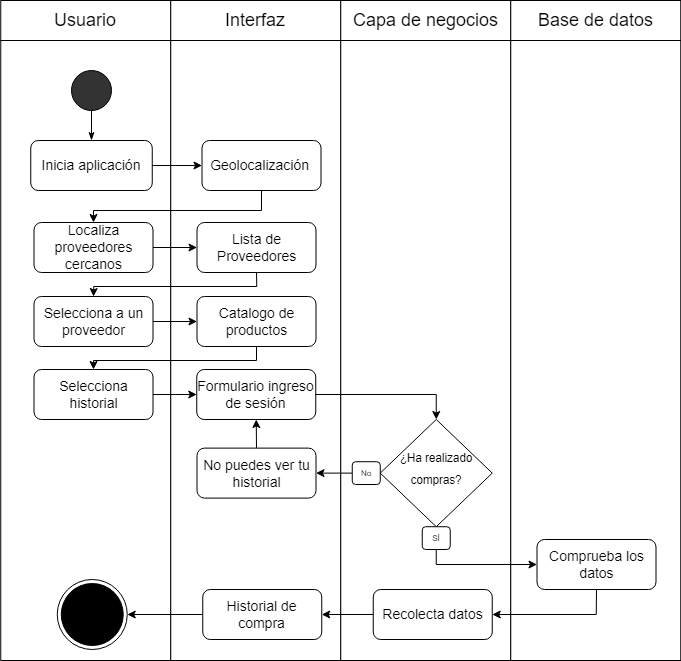
This is Fase 1/Evidencias Grupales/Diagramas/3) Diagrama de Actividad/14)Act_Historial_Compra.drawio.png from SoyElMato1/Grupo4-GreenMarket, a draw.io export, as it was before one commit. Source tidied: cells renumbered, new cells last; positions are measured from the earlier drawing's top-left corner, leaving out a move shared by most shapes. Its diagram source:
```xml
<mxGraphModel>
  <root>
    <mxCell id="0" />
    <mxCell id="1" parent="0" />
    <mxCell id="2" style="group;" parent="1" vertex="1">
      <mxGeometry x="0.2" width="680" height="40" as="geometry" />
    </mxCell>
    <mxCell id="3" style="group;" parent="2" vertex="1">
      <mxGeometry width="170" height="40" as="geometry" />
    </mxCell>
    <mxCell id="4" style="rounded=0;whiteSpace=wrap;html=1;fontSize=14;fillColor=#FFFFFF;" parent="3" vertex="1">
      <mxGeometry width="170" height="40" as="geometry" />
    </mxCell>
    <mxCell id="5" value="&lt;font style=&quot;font-size: 18px;&quot;&gt;Usuario&lt;/font&gt;" style="text;html=1;strokeColor=none;fillColor=none;align=center;verticalAlign=middle;whiteSpace=wrap;rounded=0;" parent="3" vertex="1">
      <mxGeometry x="55" y="5" width="60" height="30" as="geometry" />
    </mxCell>
    <mxCell id="6" style="group;" parent="2" vertex="1">
      <mxGeometry x="170" width="170" height="40" as="geometry" />
    </mxCell>
    <mxCell id="7" style="rounded=0;whiteSpace=wrap;html=1;fontSize=14;fillColor=#FFFFFF;" parent="6" vertex="1">
      <mxGeometry width="170" height="40" as="geometry" />
    </mxCell>
    <mxCell id="8" value="&lt;span style=&quot;font-size: 18px;&quot;&gt;Interfaz&lt;/span&gt;" style="text;html=1;strokeColor=none;fillColor=none;align=center;verticalAlign=middle;whiteSpace=wrap;rounded=0;" parent="6" vertex="1">
      <mxGeometry x="55" y="5" width="60" height="30" as="geometry" />
    </mxCell>
    <mxCell id="9" style="group;" parent="2" vertex="1">
      <mxGeometry x="340" width="170" height="40" as="geometry" />
    </mxCell>
    <mxCell id="10" style="rounded=0;whiteSpace=wrap;html=1;fontSize=14;fillColor=#FFFFFF;" parent="9" vertex="1">
      <mxGeometry width="170" height="40" as="geometry" />
    </mxCell>
    <mxCell id="11" value="&lt;span style=&quot;font-size: 18px;&quot;&gt;Capa de negocios&lt;/span&gt;" style="text;html=1;strokeColor=none;fillColor=none;align=center;verticalAlign=middle;whiteSpace=wrap;rounded=0;" parent="9" vertex="1">
      <mxGeometry x="7.5" y="5" width="155" height="30" as="geometry" />
    </mxCell>
    <mxCell id="12" style="group;" parent="2" vertex="1">
      <mxGeometry x="510" width="170" height="40" as="geometry" />
    </mxCell>
    <mxCell id="13" style="rounded=0;whiteSpace=wrap;html=1;fontSize=14;fillColor=#FFFFFF;" parent="12" vertex="1">
      <mxGeometry width="170" height="40" as="geometry" />
    </mxCell>
    <mxCell id="14" value="&lt;span style=&quot;font-size: 18px;&quot;&gt;Base de datos&lt;/span&gt;" style="text;html=1;strokeColor=none;fillColor=none;align=center;verticalAlign=middle;whiteSpace=wrap;rounded=0;" parent="12" vertex="1">
      <mxGeometry x="7.5" y="5" width="155" height="30" as="geometry" />
    </mxCell>
    <mxCell id="15" style="rounded=0;whiteSpace=wrap;html=1;" parent="1" vertex="1">
      <mxGeometry x="0.2" y="40" width="170" height="620" as="geometry" />
    </mxCell>
    <mxCell id="16" style="rounded=0;whiteSpace=wrap;html=1;" parent="1" vertex="1">
      <mxGeometry x="170.2" y="40" width="170" height="620" as="geometry" />
    </mxCell>
    <mxCell id="17" style="rounded=0;whiteSpace=wrap;html=1;" parent="1" vertex="1">
      <mxGeometry x="340.2" y="40" width="170" height="620" as="geometry" />
    </mxCell>
    <mxCell id="18" style="rounded=0;whiteSpace=wrap;html=1;" parent="1" vertex="1">
      <mxGeometry x="510.2" y="40" width="170" height="620" as="geometry" />
    </mxCell>
    <mxCell id="19" style="ellipse;whiteSpace=wrap;html=1;fontSize=18;fillColor=#333333;" parent="1" vertex="1">
      <mxGeometry x="71" y="70" width="40" height="40" as="geometry" />
    </mxCell>
    <mxCell id="20" value="Inicia aplicación" style="rounded=1;whiteSpace=wrap;html=1;fontSize=14;" parent="1" vertex="1">
      <mxGeometry x="30.2" y="140" width="121.5" height="50" as="geometry" />
    </mxCell>
    <mxCell id="21" style="endArrow=none;html=1;rounded=0;fontSize=18;entryX=0.5;entryY=1;entryDx=0;entryDy=0;exitX=0.5;exitY=0;exitDx=0;exitDy=0;startArrow=classicThin;startFill=1;" parent="1" edge="1" source="20" target="19">
      <mxGeometry relative="1" as="geometry" />
    </mxCell>
    <mxCell id="22" value="Geolocalización&amp;nbsp;" style="rounded=1;whiteSpace=wrap;html=1;fontSize=14;" parent="1" vertex="1">
      <mxGeometry x="201.5" y="140" width="119" height="50" as="geometry" />
    </mxCell>
    <mxCell id="23" style="endArrow=classic;html=1;rounded=0;exitX=1;exitY=0.5;exitDx=0;exitDy=0;entryX=0;entryY=0.5;entryDx=0;entryDy=0;" parent="1" edge="1" source="20" target="22">
      <mxGeometry relative="1" as="geometry" />
    </mxCell>
    <mxCell id="24" value="Selecciona historial" style="rounded=1;whiteSpace=wrap;html=1;fontSize=14;" parent="1" vertex="1">
      <mxGeometry x="33.5" y="369" width="119" height="50" as="geometry" />
    </mxCell>
    <mxCell id="25" style="endArrow=classic;html=1;rounded=0;entryX=0.5;entryY=0;entryDx=0;entryDy=0;exitX=0.5;exitY=1;exitDx=0;exitDy=0;" parent="1" edge="1" source="22" target="44">
      <mxGeometry relative="1" as="geometry">
        <Array as="points">
          <mxPoint x="261" y="210" />
          <mxPoint x="93" y="210" />
        </Array>
      </mxGeometry>
    </mxCell>
    <mxCell id="26" style="endArrow=classic;html=1;rounded=0;exitX=1;exitY=0.5;exitDx=0;exitDy=0;entryX=0;entryY=0.5;entryDx=0;entryDy=0;" parent="1" edge="1" source="24" target="29">
      <mxGeometry relative="1" as="geometry" />
    </mxCell>
    <mxCell id="27" value="Comprueba los datos" style="rounded=1;whiteSpace=wrap;html=1;fontSize=14;" parent="1" vertex="1">
      <mxGeometry x="536.5" y="539" width="119" height="50" as="geometry" />
    </mxCell>
    <mxCell id="28" style="ellipse;html=1;shape=endState;fillColor=#000000;strokeColor=#000000;" parent="1" vertex="1">
      <mxGeometry x="56.8" y="579" width="70" height="70" as="geometry" />
    </mxCell>
    <mxCell id="29" value="Formulario ingreso de sesión" style="rounded=1;whiteSpace=wrap;html=1;fontSize=14;" parent="1" vertex="1">
      <mxGeometry x="196.2" y="369" width="119" height="50" as="geometry" />
    </mxCell>
    <mxCell id="30" style="group;" parent="1" vertex="1">
      <mxGeometry x="351.8" y="419" width="140" height="130" as="geometry" />
    </mxCell>
    <mxCell id="31" value="&lt;font style=&quot;line-height: 0; font-size: 14px;&quot;&gt;&lt;sup style=&quot;&quot;&gt;¿Ha realizado compras?&lt;/sup&gt;&lt;/font&gt;" style="rhombus;whiteSpace=wrap;html=1;fontSize=18;fillColor=#FFFFFF;align=center;" parent="30" vertex="1">
      <mxGeometry x="28" width="112" height="107.2" as="geometry" />
    </mxCell>
    <mxCell id="32" value="No" style="rounded=1;whiteSpace=wrap;html=1;fontSize=8;fillColor=#FFFFFF;" parent="30" vertex="1">
      <mxGeometry y="42.2" width="28" height="22.8" as="geometry" />
    </mxCell>
    <mxCell id="33" value="SÍ" style="rounded=1;whiteSpace=wrap;html=1;fontSize=8;fillColor=#FFFFFF;" parent="30" vertex="1">
      <mxGeometry x="70" y="107.2" width="28" height="22.8" as="geometry" />
    </mxCell>
    <mxCell id="34" style="endArrow=classic;html=1;rounded=0;exitX=1;exitY=0.5;exitDx=0;exitDy=0;entryX=0.5;entryY=0;entryDx=0;entryDy=0;" parent="1" edge="1" source="29" target="31">
      <mxGeometry relative="1" as="geometry">
        <Array as="points">
          <mxPoint x="435.8" y="394" />
        </Array>
      </mxGeometry>
    </mxCell>
    <mxCell id="35" style="endArrow=classic;html=1;rounded=0;exitX=0.5;exitY=1;exitDx=0;exitDy=0;entryX=0;entryY=0.5;entryDx=0;entryDy=0;" parent="1" edge="1" source="33" target="27">
      <mxGeometry relative="1" as="geometry">
        <Array as="points">
          <mxPoint x="435.8" y="564" />
        </Array>
      </mxGeometry>
    </mxCell>
    <mxCell id="36" value="No puedes ver tu historial" style="rounded=1;whiteSpace=wrap;html=1;fontSize=14;" parent="1" vertex="1">
      <mxGeometry x="196.5" y="447.6" width="119" height="50" as="geometry" />
    </mxCell>
    <mxCell id="37" style="endArrow=classic;html=1;rounded=0;entryX=1;entryY=0.5;entryDx=0;entryDy=0;exitX=0;exitY=0.5;exitDx=0;exitDy=0;" parent="1" edge="1" source="32" target="36">
      <mxGeometry relative="1" as="geometry" />
    </mxCell>
    <mxCell id="38" style="endArrow=classic;html=1;rounded=0;entryX=0.5;entryY=1;entryDx=0;entryDy=0;exitX=0.5;exitY=0;exitDx=0;exitDy=0;" parent="1" edge="1" source="36" target="29">
      <mxGeometry relative="1" as="geometry" />
    </mxCell>
    <mxCell id="39" value="Recolecta datos" style="rounded=1;whiteSpace=wrap;html=1;fontSize=14;" parent="1" vertex="1">
      <mxGeometry x="372.8" y="589" width="119" height="50" as="geometry" />
    </mxCell>
    <mxCell id="40" value="Historial de compra" style="rounded=1;whiteSpace=wrap;html=1;fontSize=14;" parent="1" vertex="1">
      <mxGeometry x="202.2" y="589" width="119" height="50" as="geometry" />
    </mxCell>
    <mxCell id="41" style="endArrow=classic;html=1;rounded=0;exitX=0.5;exitY=1;exitDx=0;exitDy=0;entryX=1;entryY=0.5;entryDx=0;entryDy=0;" parent="1" edge="1" source="27" target="39">
      <mxGeometry relative="1" as="geometry">
        <Array as="points">
          <mxPoint x="595.8" y="614" />
        </Array>
      </mxGeometry>
    </mxCell>
    <mxCell id="42" style="endArrow=classic;html=1;rounded=0;entryX=1;entryY=0.5;entryDx=0;entryDy=0;exitX=0;exitY=0.5;exitDx=0;exitDy=0;" parent="1" edge="1" source="39" target="40">
      <mxGeometry relative="1" as="geometry" />
    </mxCell>
    <mxCell id="43" style="endArrow=classic;html=1;rounded=0;entryX=1;entryY=0.5;entryDx=0;entryDy=0;exitX=0;exitY=0.5;exitDx=0;exitDy=0;" parent="1" edge="1" source="40" target="28">
      <mxGeometry relative="1" as="geometry" />
    </mxCell>
    <mxCell id="44" value="Localiza proveedores cercanos" style="rounded=1;whiteSpace=wrap;html=1;fontSize=14;" parent="1" vertex="1">
      <mxGeometry x="33.5" y="222" width="119" height="50" as="geometry" />
    </mxCell>
    <mxCell id="45" value="Selecciona a un proveedor" style="rounded=1;whiteSpace=wrap;html=1;fontSize=14;" parent="1" vertex="1">
      <mxGeometry x="33.5" y="296" width="119" height="50" as="geometry" />
    </mxCell>
    <mxCell id="46" value="Lista de Proveedores" style="rounded=1;whiteSpace=wrap;html=1;fontSize=14;" parent="1" vertex="1">
      <mxGeometry x="196.5" y="222" width="119" height="50" as="geometry" />
    </mxCell>
    <mxCell id="47" value="Catalogo de productos" style="rounded=1;whiteSpace=wrap;html=1;fontSize=14;" parent="1" vertex="1">
      <mxGeometry x="196.5" y="296" width="119" height="50" as="geometry" />
    </mxCell>
    <mxCell id="48" style="endArrow=classic;html=1;rounded=0;exitX=1;exitY=0.5;exitDx=0;exitDy=0;entryX=0;entryY=0.5;entryDx=0;entryDy=0;" parent="1" edge="1" source="44" target="46">
      <mxGeometry relative="1" as="geometry" />
    </mxCell>
    <mxCell id="49" style="endArrow=classic;html=1;rounded=0;exitX=0.5;exitY=1;exitDx=0;exitDy=0;entryX=0.5;entryY=0;entryDx=0;entryDy=0;" parent="1" edge="1" source="46" target="45">
      <mxGeometry relative="1" as="geometry">
        <Array as="points">
          <mxPoint x="256.2" y="286" />
          <mxPoint x="93.2" y="286" />
        </Array>
      </mxGeometry>
    </mxCell>
    <mxCell id="50" style="endArrow=classic;html=1;rounded=0;exitX=1;exitY=0.5;exitDx=0;exitDy=0;entryX=0;entryY=0.5;entryDx=0;entryDy=0;" parent="1" edge="1" source="45" target="47">
      <mxGeometry relative="1" as="geometry" />
    </mxCell>
    <mxCell id="51" style="endArrow=classic;html=1;rounded=0;entryX=0.5;entryY=0;entryDx=0;entryDy=0;exitX=0.5;exitY=1;exitDx=0;exitDy=0;" parent="1" edge="1" source="47" target="24">
      <mxGeometry relative="1" as="geometry">
        <Array as="points">
          <mxPoint x="256" y="360" />
          <mxPoint x="93" y="360" />
        </Array>
      </mxGeometry>
    </mxCell>
  </root>
</mxGraphModel>
```
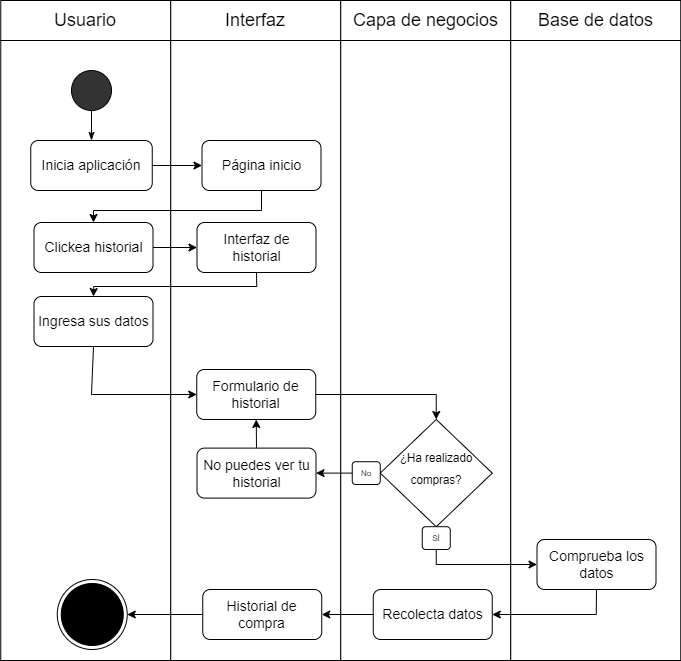
After the change.

Change to the diagram source:
```diff
@@ -62,15 +62,12 @@
     <mxCell id="21" style="endArrow=none;html=1;rounded=0;fontSize=18;entryX=0.5;entryY=1;entryDx=0;entryDy=0;exitX=0.5;exitY=0;exitDx=0;exitDy=0;startArrow=classicThin;startFill=1;" parent="1" edge="1" source="20" target="19">
       <mxGeometry relative="1" as="geometry" />
     </mxCell>
-    <mxCell id="22" value="Geolocalización&amp;nbsp;" style="rounded=1;whiteSpace=wrap;html=1;fontSize=14;" parent="1" vertex="1">
+    <mxCell id="22" value="&lt;div&gt;Página inicio&lt;/div&gt;" style="rounded=1;whiteSpace=wrap;html=1;fontSize=14;" parent="1" vertex="1">
       <mxGeometry x="201.5" y="140" width="119" height="50" as="geometry" />
     </mxCell>
     <mxCell id="23" style="endArrow=classic;html=1;rounded=0;exitX=1;exitY=0.5;exitDx=0;exitDy=0;entryX=0;entryY=0.5;entryDx=0;entryDy=0;" parent="1" edge="1" source="20" target="22">
       <mxGeometry relative="1" as="geometry" />
     </mxCell>
-    <mxCell id="24" value="Selecciona historial" style="rounded=1;whiteSpace=wrap;html=1;fontSize=14;" parent="1" vertex="1">
-      <mxGeometry x="33.5" y="369" width="119" height="50" as="geometry" />
-    </mxCell>
     <mxCell id="25" style="endArrow=classic;html=1;rounded=0;entryX=0.5;entryY=0;entryDx=0;entryDy=0;exitX=0.5;exitY=1;exitDx=0;exitDy=0;" parent="1" edge="1" source="22" target="44">
       <mxGeometry relative="1" as="geometry">
         <Array as="points">
@@ -79,8 +76,12 @@
         </Array>
       </mxGeometry>
     </mxCell>
-    <mxCell id="26" style="endArrow=classic;html=1;rounded=0;exitX=1;exitY=0.5;exitDx=0;exitDy=0;entryX=0;entryY=0.5;entryDx=0;entryDy=0;" parent="1" edge="1" source="24" target="29">
-      <mxGeometry relative="1" as="geometry" />
+    <mxCell id="26" style="endArrow=classic;html=1;rounded=0;exitX=0.5;exitY=1;exitDx=0;exitDy=0;entryX=0;entryY=0.5;entryDx=0;entryDy=0;" parent="1" edge="1" source="45" target="29">
+      <mxGeometry relative="1" as="geometry">
+        <Array as="points">
+          <mxPoint x="91" y="394" />
+        </Array>
+      </mxGeometry>
     </mxCell>
     <mxCell id="27" value="Comprueba los datos" style="rounded=1;whiteSpace=wrap;html=1;fontSize=14;" parent="1" vertex="1">
       <mxGeometry x="536.5" y="539" width="119" height="50" as="geometry" />
@@ -88,7 +89,7 @@
     <mxCell id="28" style="ellipse;html=1;shape=endState;fillColor=#000000;strokeColor=#000000;" parent="1" vertex="1">
       <mxGeometry x="56.8" y="579" width="70" height="70" as="geometry" />
     </mxCell>
-    <mxCell id="29" value="Formulario ingreso de sesión" style="rounded=1;whiteSpace=wrap;html=1;fontSize=14;" parent="1" vertex="1">
+    <mxCell id="29" value="Formulario de historial" style="rounded=1;whiteSpace=wrap;html=1;fontSize=14;" parent="1" vertex="1">
       <mxGeometry x="196.2" y="369" width="119" height="50" as="geometry" />
     </mxCell>
     <mxCell id="30" style="group;" parent="1" vertex="1">
@@ -145,18 +146,15 @@
     <mxCell id="43" style="endArrow=classic;html=1;rounded=0;entryX=1;entryY=0.5;entryDx=0;entryDy=0;exitX=0;exitY=0.5;exitDx=0;exitDy=0;" parent="1" edge="1" source="40" target="28">
       <mxGeometry relative="1" as="geometry" />
     </mxCell>
-    <mxCell id="44" value="Localiza proveedores cercanos" style="rounded=1;whiteSpace=wrap;html=1;fontSize=14;" parent="1" vertex="1">
+    <mxCell id="44" value="Clickea historial" style="rounded=1;whiteSpace=wrap;html=1;fontSize=14;" parent="1" vertex="1">
       <mxGeometry x="33.5" y="222" width="119" height="50" as="geometry" />
     </mxCell>
-    <mxCell id="45" value="Selecciona a un proveedor" style="rounded=1;whiteSpace=wrap;html=1;fontSize=14;" parent="1" vertex="1">
+    <mxCell id="45" value="Ingresa sus datos" style="rounded=1;whiteSpace=wrap;html=1;fontSize=14;" parent="1" vertex="1">
       <mxGeometry x="33.5" y="296" width="119" height="50" as="geometry" />
     </mxCell>
-    <mxCell id="46" value="Lista de Proveedores" style="rounded=1;whiteSpace=wrap;html=1;fontSize=14;" parent="1" vertex="1">
+    <mxCell id="46" value="Interfaz de historial" style="rounded=1;whiteSpace=wrap;html=1;fontSize=14;" parent="1" vertex="1">
       <mxGeometry x="196.5" y="222" width="119" height="50" as="geometry" />
     </mxCell>
-    <mxCell id="47" value="Catalogo de productos" style="rounded=1;whiteSpace=wrap;html=1;fontSize=14;" parent="1" vertex="1">
-      <mxGeometry x="196.5" y="296" width="119" height="50" as="geometry" />
-    </mxCell>
     <mxCell id="48" style="endArrow=classic;html=1;rounded=0;exitX=1;exitY=0.5;exitDx=0;exitDy=0;entryX=0;entryY=0.5;entryDx=0;entryDy=0;" parent="1" edge="1" source="44" target="46">
       <mxGeometry relative="1" as="geometry" />
     </mxCell>
@@ -168,16 +166,5 @@
         </Array>
       </mxGeometry>
     </mxCell>
-    <mxCell id="50" style="endArrow=classic;html=1;rounded=0;exitX=1;exitY=0.5;exitDx=0;exitDy=0;entryX=0;entryY=0.5;entryDx=0;entryDy=0;" parent="1" edge="1" source="45" target="47">
-      <mxGeometry relative="1" as="geometry" />
-    </mxCell>
-    <mxCell id="51" style="endArrow=classic;html=1;rounded=0;entryX=0.5;entryY=0;entryDx=0;entryDy=0;exitX=0.5;exitY=1;exitDx=0;exitDy=0;" parent="1" edge="1" source="47" target="24">
-      <mxGeometry relative="1" as="geometry">
-        <Array as="points">
-          <mxPoint x="256" y="360" />
-          <mxPoint x="93" y="360" />
-        </Array>
-      </mxGeometry>
-    </mxCell>
   </root>
 </mxGraphModel>
```
